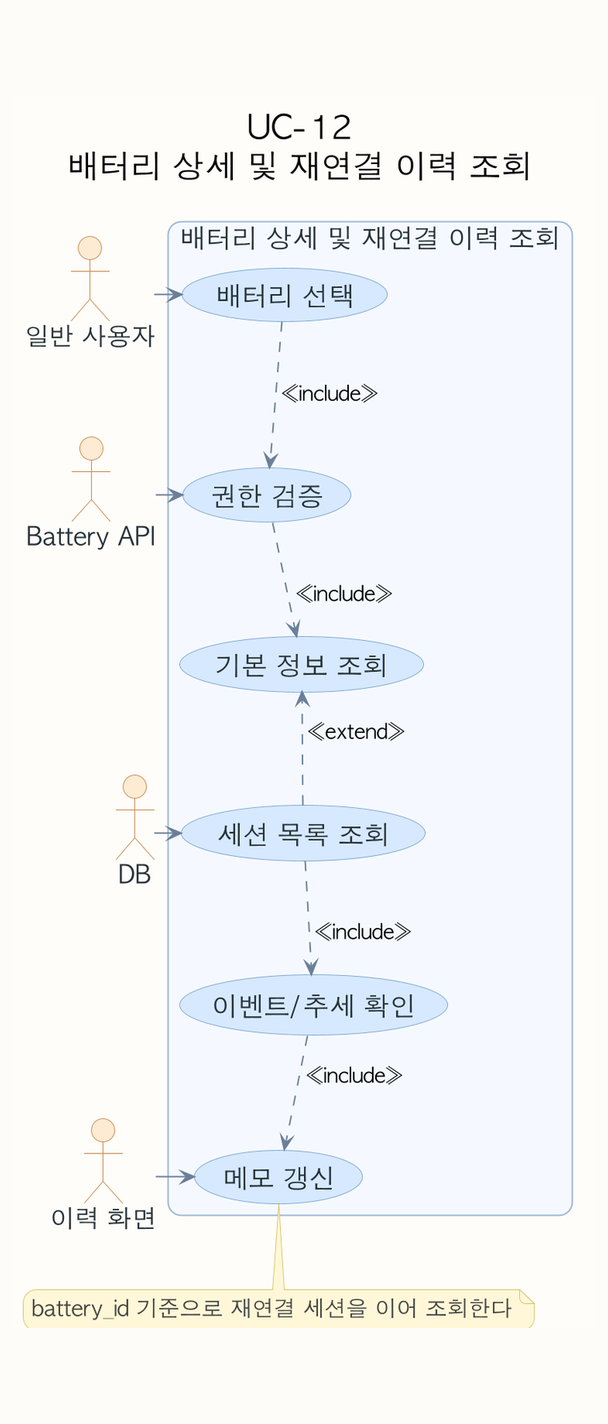
ricky30825-creator/BMS keeps this PlantUML diagram as assets/diagrams/usecase/uc-12-usecase.png. Above is the earlier version. Its source is kept beside it as assets/diagrams/usecase/uc-12-usecase.puml.
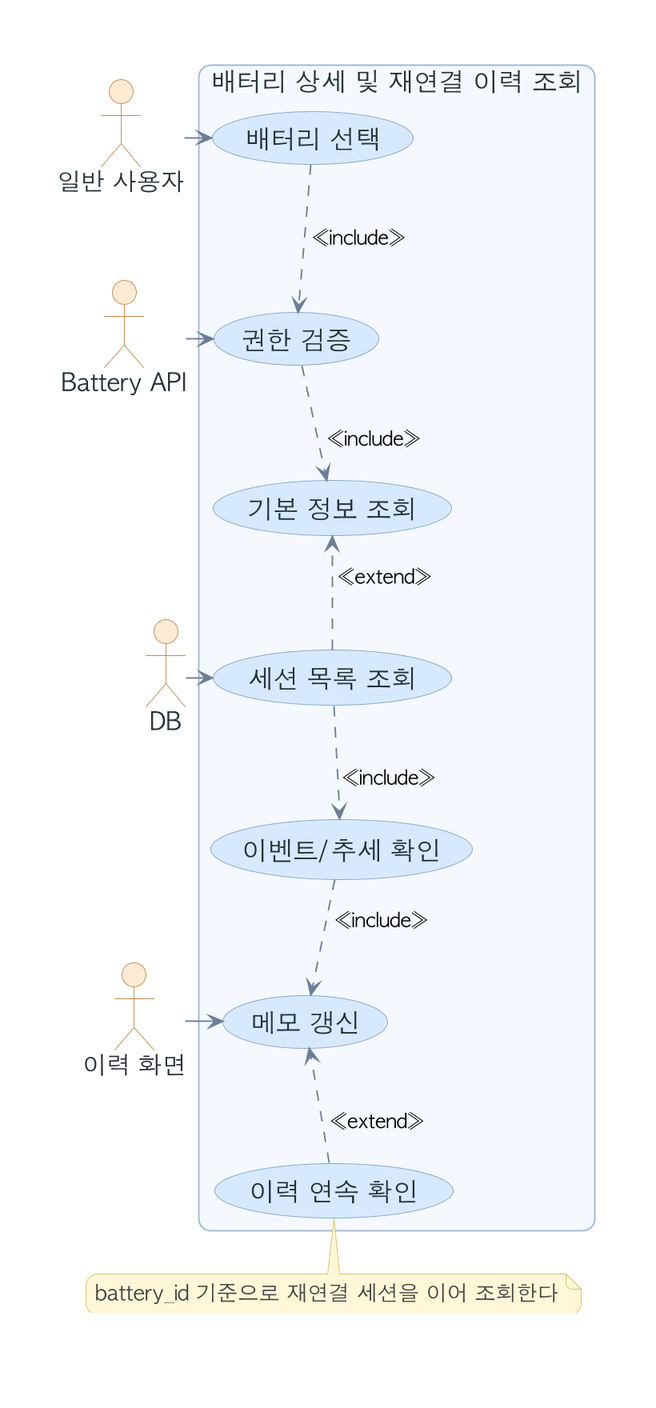
Above is the later version.

Diff of the diagram source:
```diff
@@ -1,16 +1,15 @@
 @startuml
 !pragma layout smetana
-skinparam backgroundColor #FEFCF8
+skinparam backgroundColor transparent
 skinparam shadowing false
 skinparam dpi 180
 skinparam defaultFontName "AppleGothic"
-skinparam defaultFontSize 18
-skinparam TitleFontSize 22
-skinparam ActorFontSize 17
-skinparam UsecaseFontSize 18
-skinparam NoteFontSize 15
-skinparam ArrowFontSize 14
-skinparam roundcorner 18
+skinparam defaultFontSize 17
+skinparam ActorFontSize 16
+skinparam UsecaseFontSize 17
+skinparam NoteFontSize 14
+skinparam ArrowFontSize 13
+skinparam roundcorner 16
 skinparam usecase {
   BackgroundColor #F8FAFC
   BorderColor #8EA7C2
@@ -37,7 +36,6 @@
   BackgroundColor #D7E9FF
   BorderColor #7EA6CF
 }
-title UC-12\n배터리 상세 및 재연결 이력 조회
 actor "일반 사용자" as A
 actor "Battery API" as S1
 actor "DB" as S2
@@ -49,12 +47,14 @@
   usecase "세션 목록 조회" as U4
   usecase "이벤트/추세 확인" as U5
   usecase "메모 갱신" as U6
+  usecase "이력 연속 확인" as U7
 }
 U1 -[hidden]down- U2
 U2 -[hidden]down- U3
 U3 -[hidden]down- U4
 U4 -[hidden]down- U5
 U5 -[hidden]down- U6
+U6 -[hidden]down- U7
 A -right-> U1
 S1 -left-> U2
 S2 -left-> U4
@@ -64,7 +64,8 @@
 U4 ..> U3 : <<extend>>
 U4 ..> U5 : <<include>>
 U5 ..> U6 : <<include>>
-note bottom of U6
+U7 ..> U6 : <<extend>>
+note bottom of U7
 battery_id 기준으로 재연결 세션을 이어 조회한다
 end note
 @enduml
```
